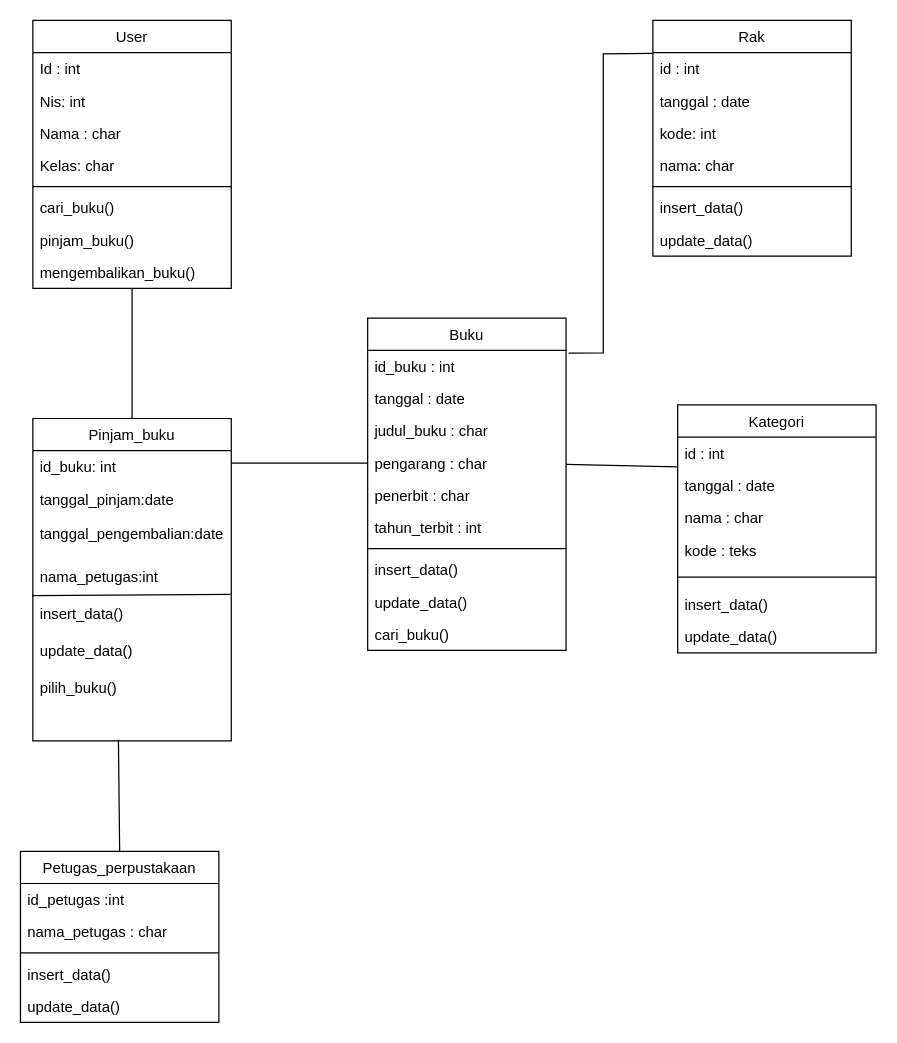
Earlier version of the draw.io diagram Diagram Tanpa Judul.drawio (ditanursabila/perpus-digital). Source tidied: cells renumbered, new cells numbered last; positions are measured from the earlier drawing's top-left corner, leaving out a move shared by most shapes. Both pictures are drawn from the tidied source at 124%, with x=0, y=0 at pixel (20, 20).
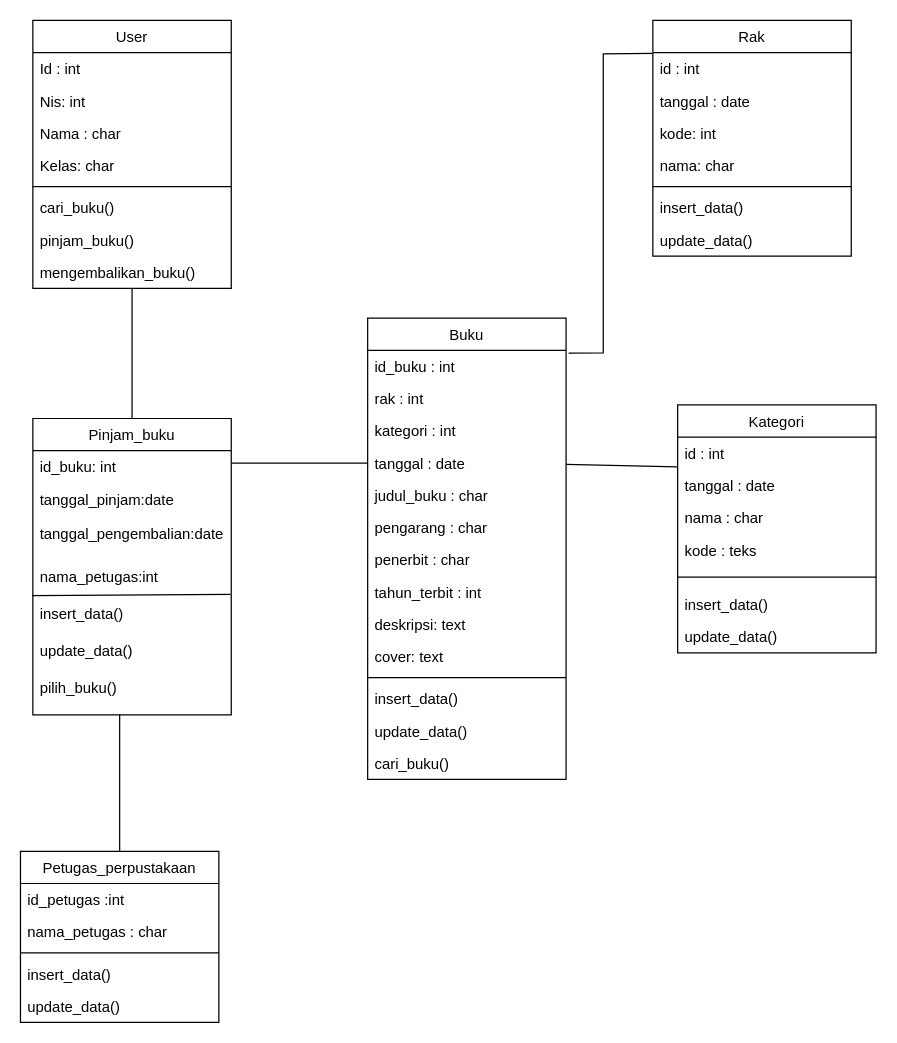
The same page after the edit.

Unchanged cells that the change refers to:
```xml
<mxCell id="22" value="Petugas_perpustakaan" style="swimlane;fontStyle=0;align=center;verticalAlign=top;horizontal=1;startSize=26;rounded=0;shadow=0;strokeWidth=1;" parent="1" vertex="1">
  <mxGeometry y="670" width="160" height="138" as="geometry" />
</mxCell>
```

Change to the diagram source:
```diff
@@
     <mxCell id="11" value="Buku" style="swimlane;fontStyle=0;align=center;verticalAlign=top;horizontal=1;startSize=26;rounded=0;shadow=0;strokeWidth=1;" parent="1" vertex="1">
-      <mxGeometry x="280" y="240" width="160" height="268" as="geometry" />
+      <mxGeometry x="280" y="240" width="160" height="372" as="geometry" />
     </mxCell>
@@
+    <mxCell id="58" value="rak : int" style="text;align=left;verticalAlign=top;spacingLeft=4;spacingRight=4;overflow=hidden;rounded=0;shadow=0;html=0;" parent="11" vertex="1">
+      <mxGeometry y="52" width="160" height="26" as="geometry" />
+    </mxCell>
+    <mxCell id="59" value="kategori : int" style="text;align=left;verticalAlign=top;spacingLeft=4;spacingRight=4;overflow=hidden;rounded=0;shadow=0;html=0;" parent="11" vertex="1">
+      <mxGeometry y="78" width="160" height="26" as="geometry" />
+    </mxCell>
     <mxCell id="13" value="tanggal : date" style="text;align=left;verticalAlign=top;spacingLeft=4;spacingRight=4;overflow=hidden;points=[[0,0.5],[1,0.5]];portConstraint=eastwest;rounded=0;shadow=0;html=0;" parent="11" vertex="1">
-      <mxGeometry y="52" width="160" height="26" as="geometry" />
+      <mxGeometry y="104" width="160" height="26" as="geometry" />
     </mxCell>
     <mxCell id="14" value="judul_buku : char" style="text;align=left;verticalAlign=top;spacingLeft=4;spacingRight=4;overflow=hidden;rounded=0;shadow=0;html=0;" parent="11" vertex="1">
-      <mxGeometry y="78" width="160" height="26" as="geometry" />
+      <mxGeometry y="130" width="160" height="26" as="geometry" />
     </mxCell>
     <mxCell id="15" value="pengarang : char" style="text;align=left;verticalAlign=top;spacingLeft=4;spacingRight=4;overflow=hidden;points=[[0,0.5],[1,0.5]];portConstraint=eastwest;rounded=0;shadow=0;html=0;" parent="11" vertex="1">
-      <mxGeometry y="104" width="160" height="26" as="geometry" />
+      <mxGeometry y="156" width="160" height="26" as="geometry" />
     </mxCell>
     <mxCell id="16" value="penerbit : char" style="text;align=left;verticalAlign=top;spacingLeft=4;spacingRight=4;overflow=hidden;rounded=0;shadow=0;html=0;" parent="11" vertex="1">
-      <mxGeometry y="130" width="160" height="26" as="geometry" />
+      <mxGeometry y="182" width="160" height="26" as="geometry" />
     </mxCell>
     <mxCell id="17" value="tahun_terbit : int" style="text;align=left;verticalAlign=top;spacingLeft=4;spacingRight=4;overflow=hidden;rounded=0;shadow=0;html=0;" parent="11" vertex="1">
-      <mxGeometry y="156" width="160" height="26" as="geometry" />
+      <mxGeometry y="208" width="160" height="26" as="geometry" />
     </mxCell>
+    <mxCell id="60" value="deskripsi: text" style="text;align=left;verticalAlign=top;spacingLeft=4;spacingRight=4;overflow=hidden;rounded=0;shadow=0;html=0;" parent="11" vertex="1">
+      <mxGeometry y="234" width="160" height="26" as="geometry" />
+    </mxCell>
+    <mxCell id="61" value="cover: text" style="text;align=left;verticalAlign=top;spacingLeft=4;spacingRight=4;overflow=hidden;rounded=0;shadow=0;html=0;" parent="11" vertex="1">
+      <mxGeometry y="260" width="160" height="26" as="geometry" />
+    </mxCell>
     <mxCell id="18" style="line;html=1;strokeWidth=1;align=left;verticalAlign=middle;spacingTop=-1;spacingLeft=3;spacingRight=3;labelPosition=right;" parent="11" vertex="1">
-      <mxGeometry y="182" width="160" height="8" as="geometry" />
+      <mxGeometry y="286" width="160" height="8" as="geometry" />
     </mxCell>
     <mxCell id="19" value="insert_data()" style="text;align=left;verticalAlign=top;spacingLeft=4;spacingRight=4;overflow=hidden;" parent="11" vertex="1">
-      <mxGeometry y="190" width="160" height="26" as="geometry" />
+      <mxGeometry y="294" width="160" height="26" as="geometry" />
     </mxCell>
     <mxCell id="20" value="update_data()" style="text;align=left;verticalAlign=top;spacingLeft=4;spacingRight=4;overflow=hidden;" parent="11" vertex="1">
-      <mxGeometry y="216" width="160" height="26" as="geometry" />
+      <mxGeometry y="320" width="160" height="26" as="geometry" />
     </mxCell>
     <mxCell id="21" value="cari_buku()" style="text;align=left;verticalAlign=top;spacingLeft=4;spacingRight=4;overflow=hidden;" parent="11" vertex="1">
-      <mxGeometry y="242" width="160" height="26" as="geometry" />
+      <mxGeometry y="346" width="160" height="26" as="geometry" />
     </mxCell>
@@
     <mxCell id="28" value="Pinjam_buku" style="swimlane;fontStyle=0;align=center;verticalAlign=top;horizontal=1;startSize=26;rounded=0;shadow=0;strokeWidth=1;" parent="1" vertex="1">
-      <mxGeometry x="10" y="321" width="160" height="260" as="geometry" />
+      <mxGeometry x="10" y="321" width="160" height="239" as="geometry" />
     </mxCell>
@@
     <mxCell id="54" style="endArrow=none;html=1;rounded=0;exitX=0.5;exitY=0;exitDx=0;exitDy=0;" parent="1" edge="1" source="22">
       <mxGeometry relative="1" as="geometry">
-        <mxPoint x="79" y="580" as="targetPoint" />
+        <mxPoint x="80" y="560" as="targetPoint" />
       </mxGeometry>
     </mxCell>
-    <mxCell id="55" style="endArrow=none;html=1;rounded=0;entryX=0;entryY=0.5;entryDx=0;entryDy=0;" parent="1" edge="1" target="15">
+    <mxCell id="55" style="endArrow=none;html=1;rounded=0;entryX=0;entryY=0.5;entryDx=0;entryDy=0;" parent="1" edge="1" target="13">
       <mxGeometry relative="1" as="geometry">
         <mxPoint x="170" y="357" as="sourcePoint" />
       </mxGeometry>
     </mxCell>
```
